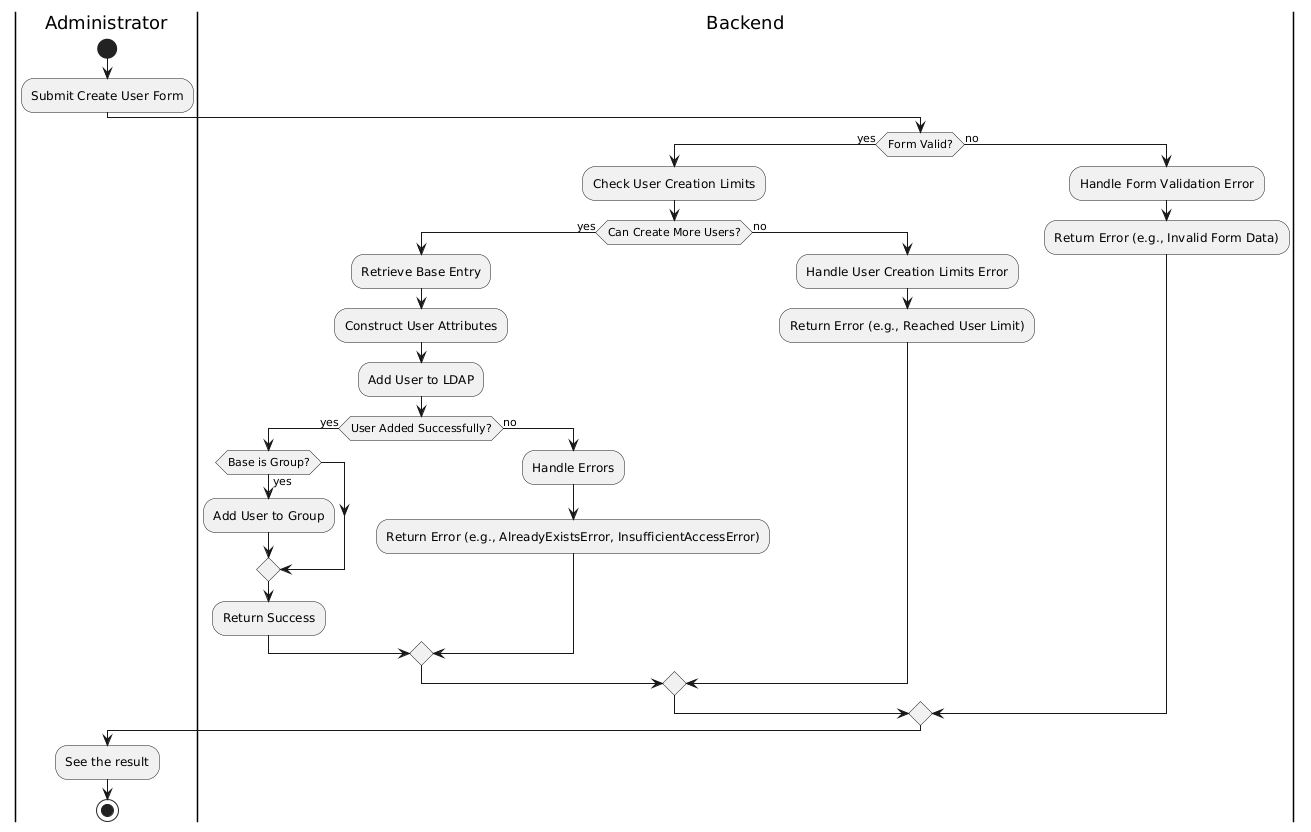
Carlos-err406/thesis keeps this PlantUML diagram as latex/images/puml/activity-diagram-create-user/activity-diagram create user.png. Above is the earlier version.
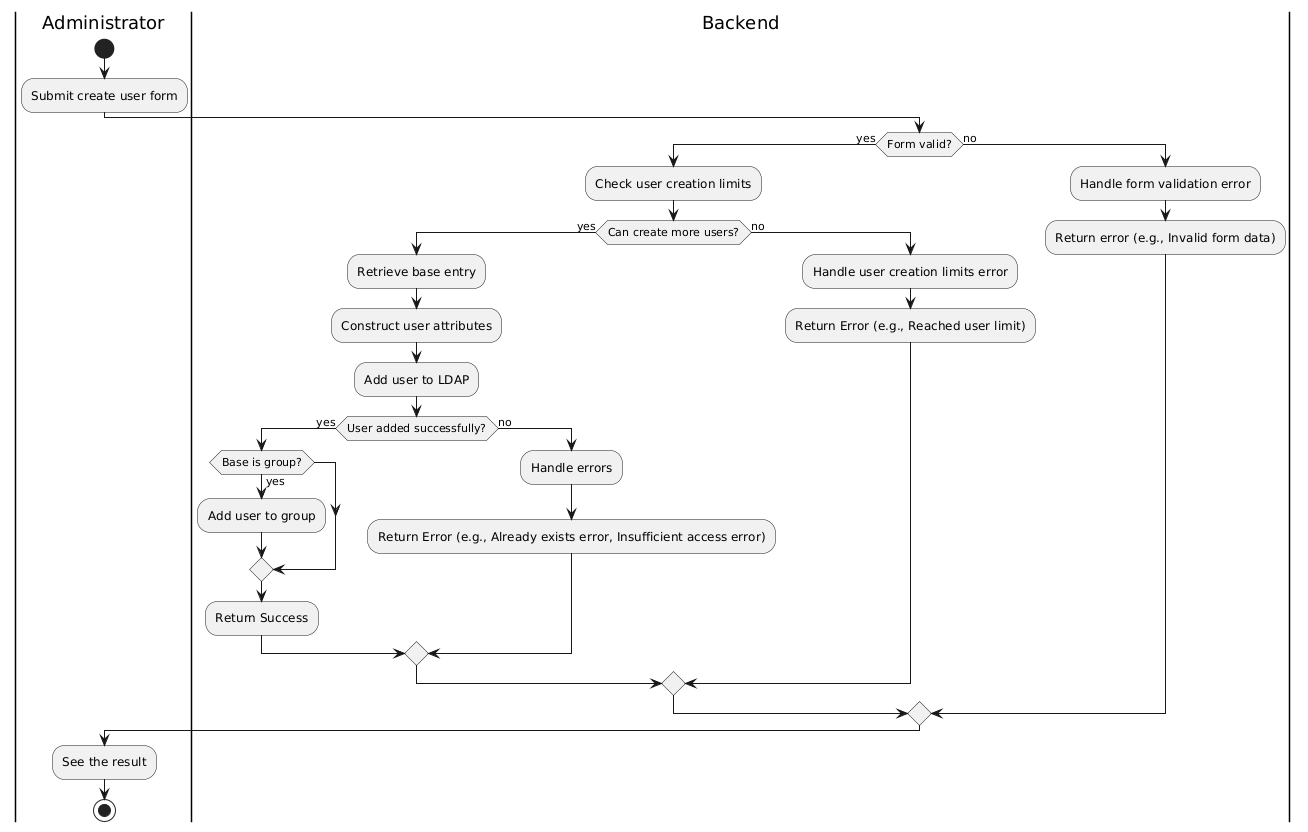
The same diagram one commit later.

Change to the diagram source:
```diff
@@ -1,33 +1,33 @@
 @startuml
 |Administrator|
 start
-:Submit Create User Form;
+:Submit create user form;
 
 |Backend|
-if (Form Valid?) then (yes)
-    :Check User Creation Limits;
+if (Form valid?) then (yes)
+    :Check user creation limits;
 
-    if (Can Create More Users?) then (yes)
-        :Retrieve Base Entry;
-        :Construct User Attributes;
-        :Add User to LDAP;
+    if (Can create more users?) then (yes)
+        :Retrieve base entry;
+        :Construct user attributes;
+        :Add user to LDAP;
 
-        if (User Added Successfully?) then (yes)
-            if (Base is Group?) then (yes)
-                :Add User to Group;
+        if (User added successfully?) then (yes)
+            if (Base is group?) then (yes)
+                :Add user to group;
             endif
             :Return Success;
         else (no)
-            :Handle Errors;
-            :Return Error (e.g., AlreadyExistsError, InsufficientAccessError);
+            :Handle errors;
+            :Return Error (e.g., Already exists error, Insufficient access error);
         endif
     else (no)
-        :Handle User Creation Limits Error;
-        :Return Error (e.g., Reached User Limit);
+        :Handle user creation limits error;
+        :Return Error (e.g., Reached user limit);
     endif
 else (no)
-    :Handle Form Validation Error;
-    :Return Error (e.g., Invalid Form Data);
+    :Handle form validation error;
+    :Return error (e.g., Invalid form data);
 endif
 
 |Administrator|
```
